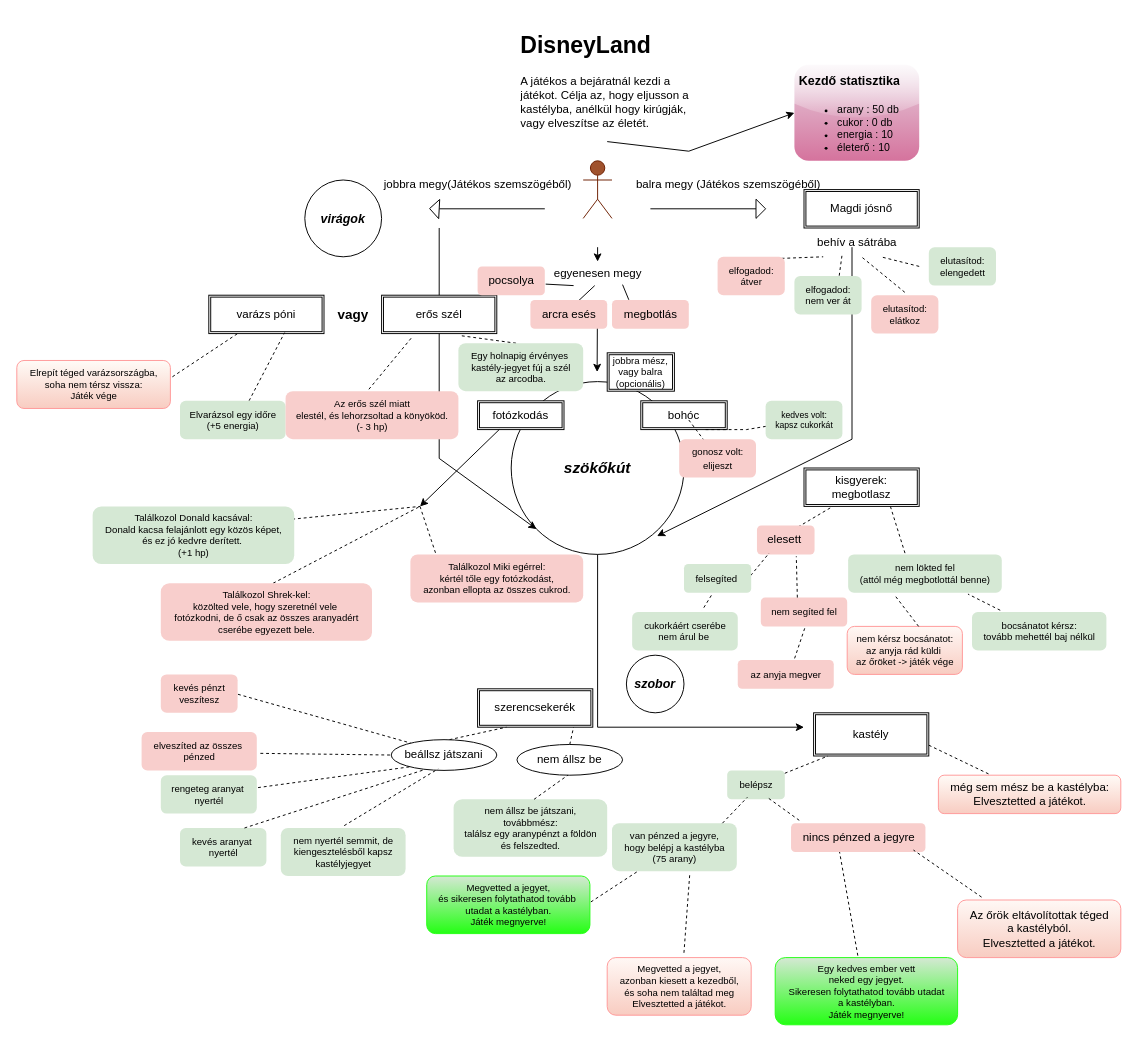
This is game/vazlat .drawio from mezeirenata/disney, a draw.io file, before an edit. Source tidied: cells renumbered, new cells numbered last; positions are measured from the earlier drawing's top-left corner, leaving out a move shared by most shapes. Both pictures are drawn from the tidied source at 96%, with x=0, y=0 at pixel (16, 26).
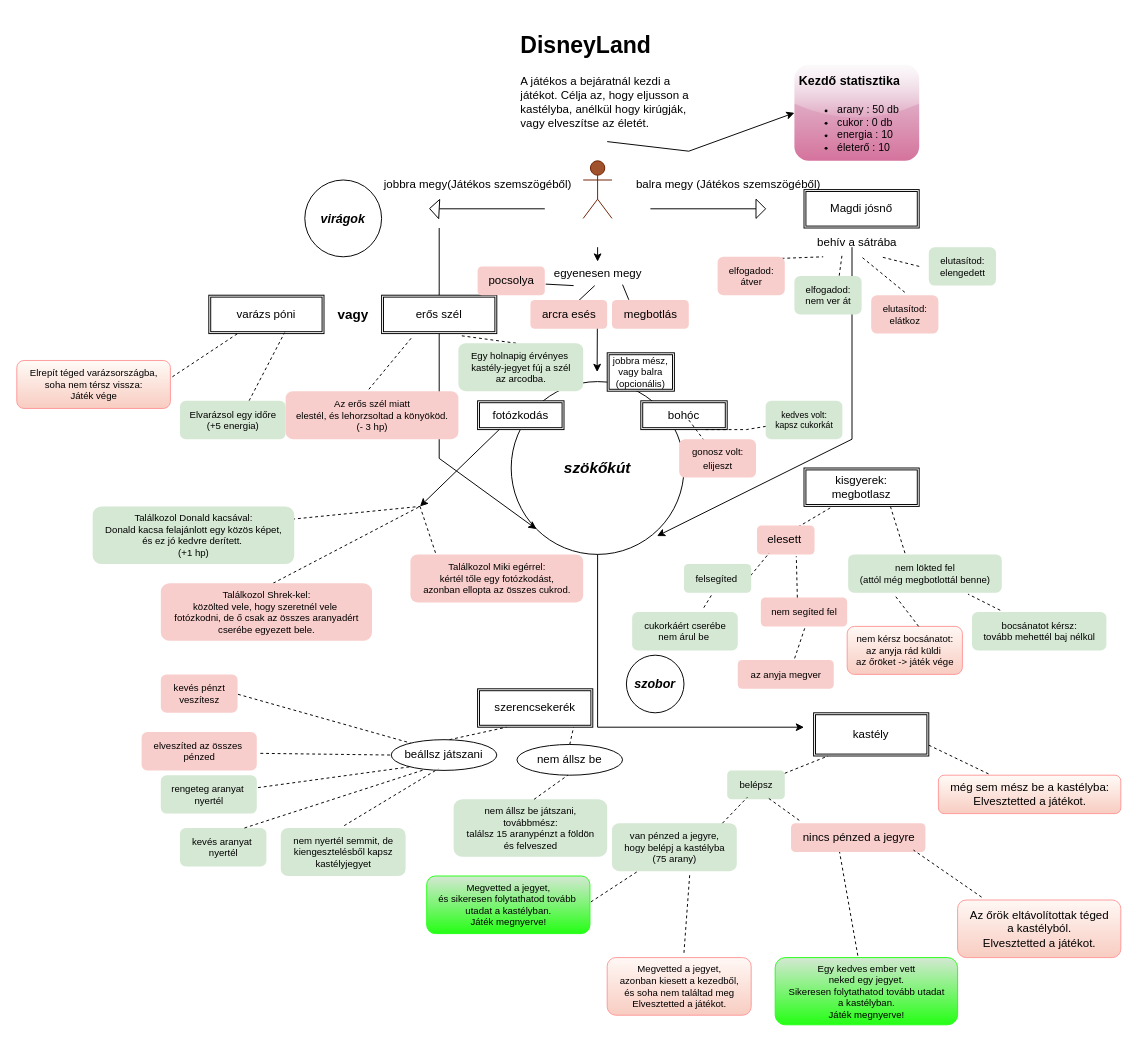
After the change.

The edit, as a diff of the source:
```diff
@@
-    <mxCell id="46" value="nem állsz be játszani,&lt;br style=&quot;font-size: 10px;&quot;&gt;továbbmész:&lt;br style=&quot;font-size: 10px;&quot;&gt;találsz egy aranypénzt a földön&lt;br style=&quot;font-size: 10px;&quot;&gt;és felszedted." style="text;html=1;align=center;verticalAlign=middle;points=[];strokeColor=none;fillColor=#d5e8d4;fontSize=10;rounded=1;" parent="1" vertex="1">
+    <mxCell id="46" value="nem állsz be játszani,&lt;br style=&quot;font-size: 10px;&quot;&gt;továbbmész:&lt;br style=&quot;font-size: 10px;&quot;&gt;találsz 15 aranypénzt a földön&lt;br style=&quot;font-size: 10px;&quot;&gt;és felveszed" style="text;html=1;align=center;verticalAlign=middle;points=[];strokeColor=none;fillColor=#d5e8d4;fontSize=10;rounded=1;" parent="1" vertex="1">
       <mxGeometry x="455" y="805" width="160" height="60" as="geometry" />
     </mxCell>
```
